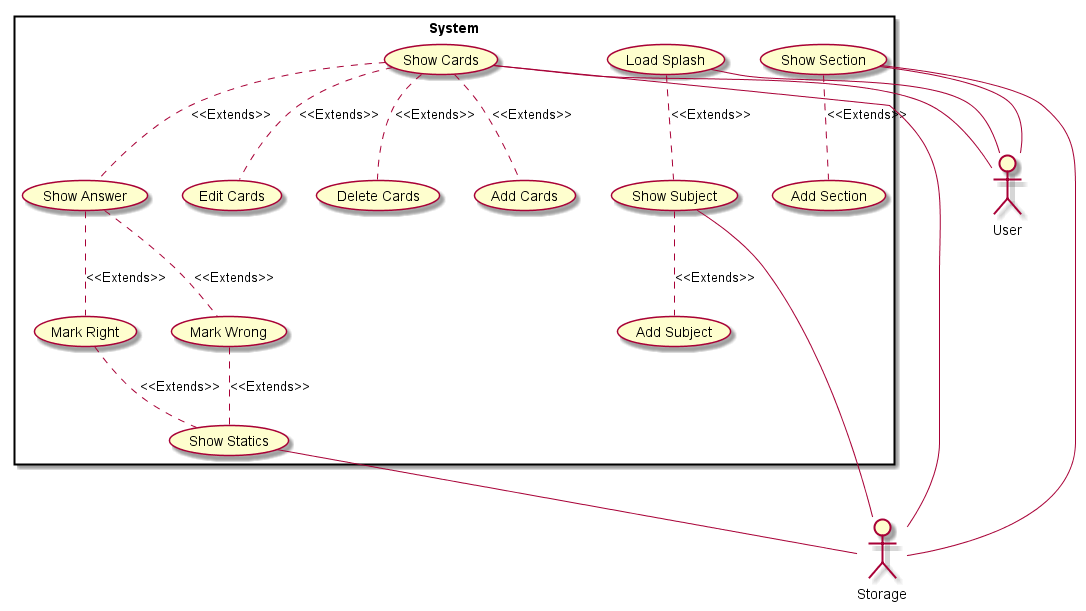
ultiferrago/ElStudioGato keeps this PlantUML diagram as app/UML/Usecase Diagram/Usecase.png. Above is the earlier version.
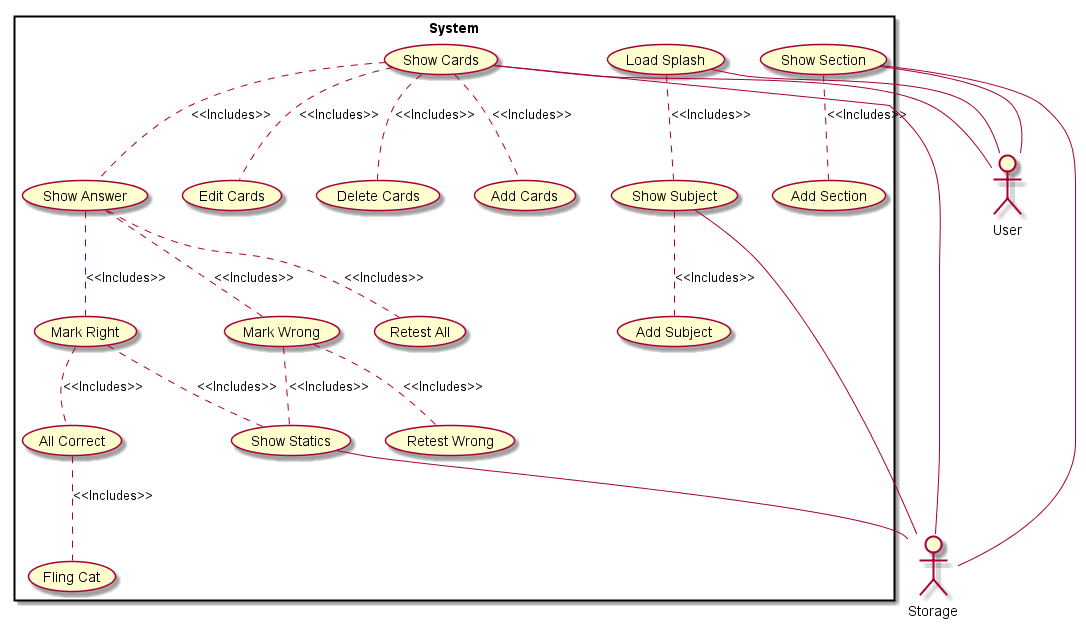
The same file after the commit.

The edit, as a diff of the source:
```diff
@@ -4,22 +4,26 @@
 
 rectangle System {
 User -- (Load Splash)
-(Load Splash) .. (Show Subject) : <<Extends>>
-(Show Subject) .. (Add Subject) : <<Extends>>
+(Load Splash) .. (Show Subject) : <<Includes>>
+(Show Subject) .. (Add Subject) : <<Includes>>
 (Show Subject) -- Storage
 (Show Section) -- Storage
 (Show Section) -- User
-(Show Section) .. (Add Section) : <<Extends>>
+(Show Section) .. (Add Section) : <<Includes>>
 (Show Cards) -- Storage
 (Show Cards) -- User
-(Show Cards) .. (Edit Cards) : <<Extends>>
-(Show Cards) .. (Delete Cards) : <<Extends>>
-(Show Cards) .. (Add Cards) : <<Extends>>
-(Show Cards) .. (Show Answer) : <<Extends>>
-(Show Answer) .. (Mark Wrong) : <<Extends>>
-(Show Answer) .. (Mark Right) : <<Extends>>
-(Mark Wrong) .. (Show Statics) : <<Extends>>
-(Mark Right) .. (Show Statics) : <<Extends>>
+(Show Cards) .. (Edit Cards) : <<Includes>>
+(Show Cards) .. (Delete Cards) : <<Includes>>
+(Show Cards) .. (Add Cards) : <<Includes>>
+(Show Cards) .. (Show Answer) : <<Includes>>
+(Show Answer) .. (Mark Wrong) : <<Includes>>
+(Show Answer) .. (Mark Right) : <<Includes>>
+(Mark Wrong) .. (Show Statics) : <<Includes>>
+(Mark Right) .. (Show Statics) : <<Includes>>
+(Mark Wrong) .. (Retest Wrong) : <<Includes>>
+(Mark Right) .. (All Correct) : <<Includes>>
+(Show Answer) .. (Retest All) : <<Includes>>
+(All Correct) .. (Fling Cat) : <<Includes>>
 (Show Statics) -- (Storage)
 }
 
```
